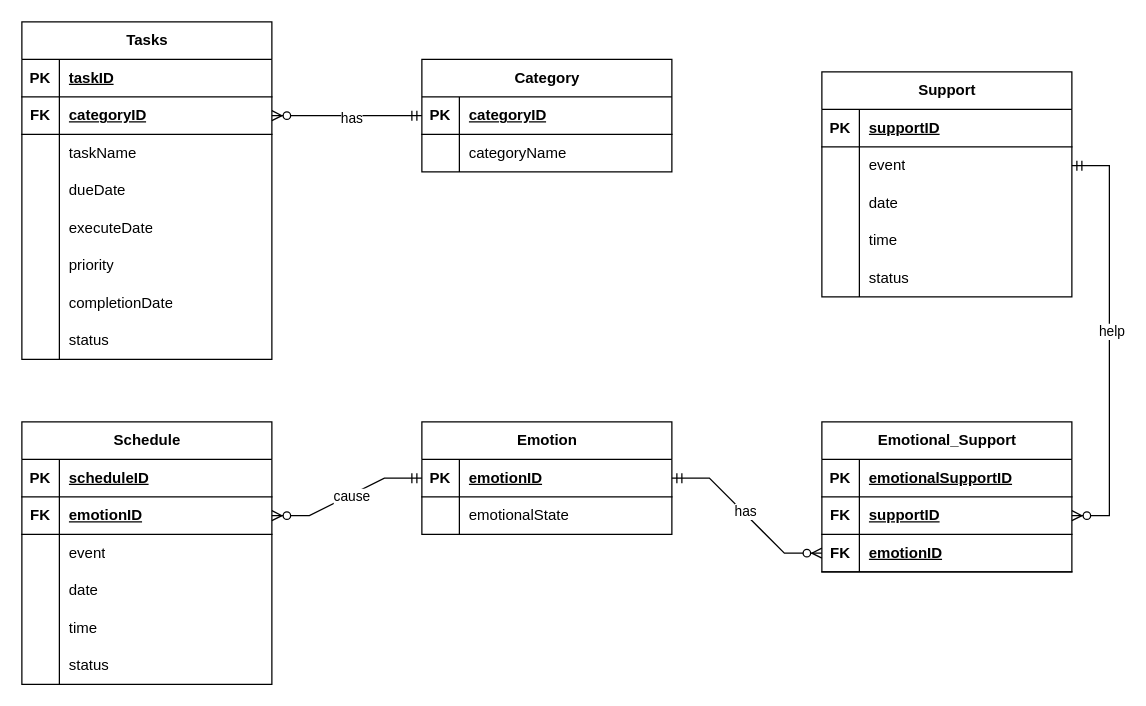
The draw.io diagram Database Structure.drawio in CheyenneChoong/Daily-Management, before the edit. Source tidied: cells renumbered, new cells numbered last; positions are measured from the earlier drawing's top-left corner, leaving out a move shared by most shapes. Both pictures are drawn from the tidied source at 125%, with x=0, y=0 at pixel (21, 21).
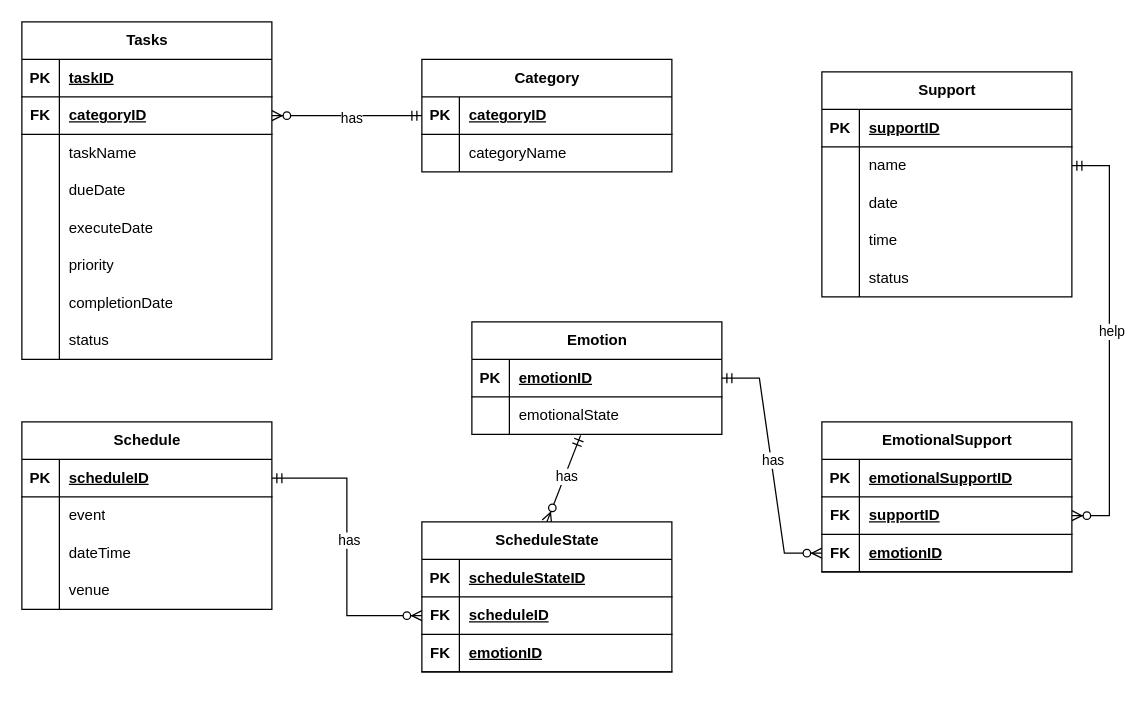
After the change.

Unchanged cells that the change refers to:
```xml
<mxCell id="37" style="shape=tableRow;horizontal=0;startSize=0;swimlaneHead=0;swimlaneBody=0;fillColor=none;points=[[0,0.5],[1,0.5]];portConstraint=eastwest;top=0;left=0;right=0;bottom=1;" parent="36" vertex="1">
  <mxGeometry y="30" width="200" height="30" as="geometry" />
</mxCell>
<mxCell id="56" style="shape=tableRow;horizontal=0;startSize=0;swimlaneHead=0;swimlaneBody=0;fillColor=none;points=[[0,0.5],[1,0.5]];portConstraint=eastwest;top=0;left=0;right=0;bottom=1;" parent="55" vertex="1">
  <mxGeometry y="30" width="200" height="30" as="geometry" />
</mxCell>
<mxCell id="59" style="shape=tableRow;horizontal=0;startSize=0;swimlaneHead=0;swimlaneBody=0;fillColor=none;points=[[0,0.5],[1,0.5]];portConstraint=eastwest;top=0;left=0;right=0;bottom=0;" parent="55" vertex="1">
  <mxGeometry y="60" width="200" height="30" as="geometry" />
</mxCell>
<mxCell id="78" style="shape=tableRow;horizontal=0;startSize=0;swimlaneHead=0;swimlaneBody=0;fillColor=none;top=0;left=0;right=0;bottom=0;" parent="74" vertex="1">
  <mxGeometry y="60" width="200" height="30" as="geometry" />
</mxCell>
```

What changed in the source:
```diff
@@
     <mxCell id="36" value="Schedule" style="shape=table;startSize=30;childLayout=tableLayout;rowLines=0;fontStyle=1;align=center;html=1;" parent="1" vertex="1">
-      <mxGeometry y="320" width="200" height="210" as="geometry" />
+      <mxGeometry y="320" width="200" height="150" as="geometry" />
     </mxCell>
@@
-    <mxCell id="40" style="shape=tableRow;horizontal=0;startSize=0;swimlaneHead=0;swimlaneBody=0;fillColor=none;points=[[0,0.5],[1,0.5]];portConstraint=eastwest;top=0;left=0;right=0;bottom=1;" parent="36" vertex="1">
-      <mxGeometry y="60" width="200" height="30" as="geometry" />
-    </mxCell>
-    <mxCell id="41" value="FK" style="shape=partialRectangle;fillColor=none;top=0;left=0;bottom=0;right=0;fontStyle=1;overflow=hidden;whiteSpace=wrap;html=1;" parent="40" vertex="1">
-      <mxGeometry width="30" height="30" as="geometry" />
-    </mxCell>
-    <mxCell id="42" value="emotionID" style="shape=partialRectangle;fillColor=none;top=0;left=0;bottom=0;right=0;align=left;spacingLeft=6;fontStyle=5;overflow=hidden;whiteSpace=wrap;html=1;" parent="40" vertex="1">
-      <mxGeometry x="30" width="170" height="30" as="geometry" />
-    </mxCell>
     <mxCell id="43" style="shape=tableRow;horizontal=0;startSize=0;swimlaneHead=0;swimlaneBody=0;fillColor=none;top=0;left=0;right=0;bottom=0;" parent="36" vertex="1">
-      <mxGeometry y="90" width="200" height="30" as="geometry" />
+      <mxGeometry y="60" width="200" height="30" as="geometry" />
     </mxCell>
@@
     <mxCell id="46" style="shape=tableRow;horizontal=0;startSize=0;swimlaneHead=0;swimlaneBody=0;fillColor=none;top=0;left=0;right=0;bottom=0;" parent="36" vertex="1">
-      <mxGeometry y="120" width="200" height="30" as="geometry" />
+      <mxGeometry y="90" width="200" height="30" as="geometry" />
     </mxCell>
@@
-    <mxCell id="48" value="date" style="shape=partialRectangle;fillColor=none;top=0;left=0;bottom=0;right=0;align=left;spacingLeft=6;overflow=hidden;whiteSpace=wrap;html=1;" parent="46" vertex="1">
+    <mxCell id="48" value="dateTime" style="shape=partialRectangle;fillColor=none;top=0;left=0;bottom=0;right=0;align=left;spacingLeft=6;overflow=hidden;whiteSpace=wrap;html=1;" parent="46" vertex="1">
       <mxGeometry x="30" width="170" height="30" as="geometry" />
     </mxCell>
-    <mxCell id="49" style="shape=tableRow;horizontal=0;startSize=0;swimlaneHead=0;swimlaneBody=0;fillColor=none;top=0;left=0;right=0;bottom=0;" parent="36" vertex="1">
-      <mxGeometry y="150" width="200" height="30" as="geometry" />
-    </mxCell>
-    <mxCell id="50" style="shape=partialRectangle;fillColor=none;top=0;left=0;bottom=0;right=0;overflow=hidden;whiteSpace=wrap;html=1;" parent="49" vertex="1">
-      <mxGeometry width="30" height="30" as="geometry" />
-    </mxCell>
-    <mxCell id="51" value="time" style="shape=partialRectangle;fillColor=none;top=0;left=0;bottom=0;right=0;align=left;spacingLeft=6;overflow=hidden;whiteSpace=wrap;html=1;" parent="49" vertex="1">
-      <mxGeometry x="30" width="170" height="30" as="geometry" />
-    </mxCell>
     <mxCell id="52" style="shape=tableRow;horizontal=0;startSize=0;swimlaneHead=0;swimlaneBody=0;fillColor=none;top=0;left=0;right=0;bottom=0;" parent="36" vertex="1">
-      <mxGeometry y="180" width="200" height="30" as="geometry" />
+      <mxGeometry y="120" width="200" height="30" as="geometry" />
     </mxCell>
@@
-    <mxCell id="54" value="status" style="shape=partialRectangle;fillColor=none;top=0;left=0;bottom=0;right=0;align=left;spacingLeft=6;overflow=hidden;whiteSpace=wrap;html=1;" parent="52" vertex="1">
+    <mxCell id="54" value="venue" style="shape=partialRectangle;fillColor=none;top=0;left=0;bottom=0;right=0;align=left;spacingLeft=6;overflow=hidden;whiteSpace=wrap;html=1;" parent="52" vertex="1">
       <mxGeometry x="30" width="170" height="30" as="geometry" />
     </mxCell>
     <mxCell id="55" value="Emotion" style="shape=table;startSize=30;childLayout=tableLayout;rowLines=0;fontStyle=1;align=center;html=1;" parent="1" vertex="1">
-      <mxGeometry x="320" y="320" width="200" height="90" as="geometry" />
+      <mxGeometry x="360" y="240" width="200" height="90" as="geometry" />
     </mxCell>
@@
-    <mxCell id="62" style="edgeStyle=entityRelationEdgeStyle;fontSize=12;html=1;endArrow=ERzeroToMany;startArrow=ERmandOne;rounded=0;exitX=0;exitY=0.5;exitDx=0;exitDy=0;entryX=1;entryY=0.5;entryDx=0;entryDy=0;" parent="1" edge="1" source="56" target="40">
+    <mxCell id="62" style="fontSize=12;html=1;endArrow=ERzeroToMany;startArrow=ERmandOne;rounded=0;exitX=0.435;exitY=1.027;exitDx=0;exitDy=0;entryX=0.5;entryY=0;entryDx=0;entryDy=0;exitPerimeter=0;" parent="1" edge="1" source="59" target="94">
       <mxGeometry relative="1" as="geometry" />
     </mxCell>
-    <mxCell id="63" value="cause" style="edgeLabel;html=1;align=center;verticalAlign=middle;" parent="62" vertex="1">
+    <mxCell id="63" value="has" style="edgeLabel;html=1;align=center;verticalAlign=middle;" parent="62" vertex="1">
       <mxGeometry x="-0.05" y="1" relative="1" as="geometry" />
     </mxCell>
-    <mxCell id="64" value="Emotional_Support" style="shape=table;startSize=30;childLayout=tableLayout;rowLines=0;fontStyle=1;align=center;html=1;" parent="1" vertex="1">
+    <mxCell id="64" value="EmotionalSupport" style="shape=table;startSize=30;childLayout=tableLayout;rowLines=0;fontStyle=1;align=center;html=1;" parent="1" vertex="1">
       <mxGeometry x="640" y="320" width="200" height="120" as="geometry" />
     </mxCell>
@@
-    <mxCell id="80" value="event" style="shape=partialRectangle;fillColor=none;top=0;left=0;bottom=0;right=0;align=left;spacingLeft=6;overflow=hidden;whiteSpace=wrap;html=1;" parent="78" vertex="1">
+    <mxCell id="80" value="name" style="shape=partialRectangle;fillColor=none;top=0;left=0;bottom=0;right=0;align=left;spacingLeft=6;overflow=hidden;whiteSpace=wrap;html=1;" parent="78" vertex="1">
       <mxGeometry x="30" width="170" height="30" as="geometry" />
     </mxCell>
@@
+    <mxCell id="94" value="ScheduleState" style="shape=table;startSize=30;childLayout=tableLayout;rowLines=0;fontStyle=1;align=center;html=1;" parent="1" vertex="1">
+      <mxGeometry x="320" y="400" width="200" height="120" as="geometry" />
+    </mxCell>
+    <mxCell id="95" style="shape=tableRow;horizontal=0;startSize=0;swimlaneHead=0;swimlaneBody=0;fillColor=none;top=0;left=0;right=0;bottom=1;" parent="94" vertex="1">
+      <mxGeometry y="30" width="200" height="30" as="geometry" />
+    </mxCell>
+    <mxCell id="96" value="PK" style="shape=partialRectangle;fillColor=none;top=0;left=0;bottom=0;right=0;fontStyle=1;overflow=hidden;whiteSpace=wrap;html=1;" parent="95" vertex="1">
+      <mxGeometry width="30" height="30" as="geometry" />
+    </mxCell>
+    <mxCell id="97" value="scheduleStateID" style="shape=partialRectangle;fillColor=none;top=0;left=0;bottom=0;right=0;align=left;spacingLeft=6;fontStyle=5;overflow=hidden;whiteSpace=wrap;html=1;" parent="95" vertex="1">
+      <mxGeometry x="30" width="170" height="30" as="geometry" />
+    </mxCell>
+    <mxCell id="40" style="shape=tableRow;horizontal=0;startSize=0;swimlaneHead=0;swimlaneBody=0;fillColor=none;points=[[0,0.5],[1,0.5]];portConstraint=eastwest;top=0;left=0;right=0;bottom=1;" parent="94" vertex="1">
+      <mxGeometry y="60" width="200" height="30" as="geometry" />
+    </mxCell>
+    <mxCell id="98" value="FK" style="shape=partialRectangle;fillColor=none;top=0;left=0;bottom=0;right=0;fontStyle=1;overflow=hidden;whiteSpace=wrap;html=1;" parent="40" vertex="1">
+      <mxGeometry width="30" height="30" as="geometry" />
+    </mxCell>
+    <mxCell id="99" value="scheduleID" style="shape=partialRectangle;fillColor=none;top=0;left=0;bottom=0;right=0;align=left;spacingLeft=6;fontStyle=5;overflow=hidden;whiteSpace=wrap;html=1;" parent="40" vertex="1">
+      <mxGeometry x="30" width="170" height="30" as="geometry" />
+    </mxCell>
+    <mxCell id="100" style="shape=tableRow;horizontal=0;startSize=0;swimlaneHead=0;swimlaneBody=0;fillColor=none;top=0;left=0;right=0;bottom=1;" parent="94" vertex="1">
+      <mxGeometry y="90" width="200" height="30" as="geometry" />
+    </mxCell>
+    <mxCell id="101" value="FK" style="shape=partialRectangle;fillColor=none;top=0;left=0;bottom=0;right=0;fontStyle=1;overflow=hidden;whiteSpace=wrap;html=1;" parent="100" vertex="1">
+      <mxGeometry width="30" height="30" as="geometry" />
+    </mxCell>
+    <mxCell id="42" value="emotionID" style="shape=partialRectangle;fillColor=none;top=0;left=0;bottom=0;right=0;align=left;spacingLeft=6;fontStyle=5;overflow=hidden;whiteSpace=wrap;html=1;" parent="100" vertex="1">
+      <mxGeometry x="30" width="170" height="30" as="geometry" />
+    </mxCell>
+    <mxCell id="102" style="fontSize=12;html=1;endArrow=ERzeroToMany;startArrow=ERmandOne;rounded=0;exitX=1;exitY=0.5;exitDx=0;exitDy=0;entryX=0;entryY=0.5;entryDx=0;entryDy=0;edgeStyle=orthogonalEdgeStyle;" parent="1" edge="1" source="37" target="40">
+      <mxGeometry relative="1" as="geometry" />
+    </mxCell>
+    <mxCell id="103" value="has" style="edgeLabel;html=1;align=center;verticalAlign=middle;" parent="102" vertex="1">
+      <mxGeometry x="-0.05" y="1" relative="1" as="geometry" />
+    </mxCell>
```
